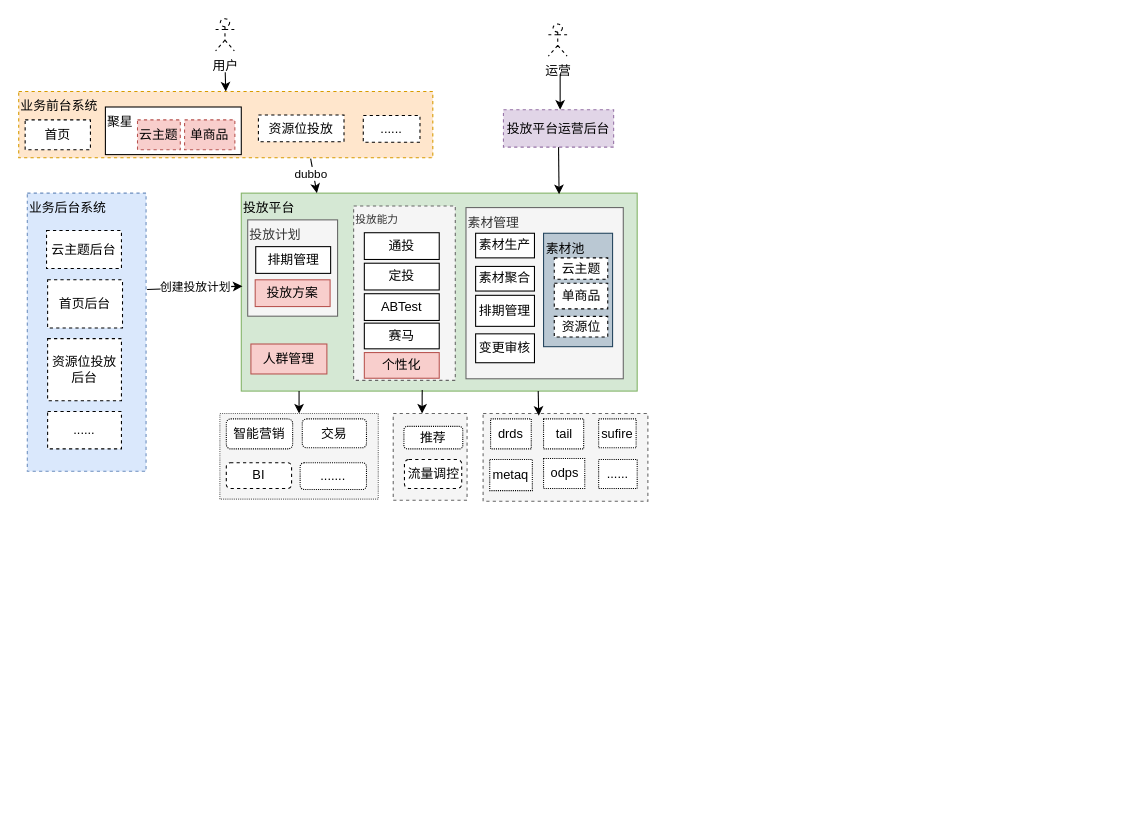
This is Untitled Diagram.drawio from zengnm/diagrams, a draw.io file, before an edit. Source tidied: cells renumbered, new cells numbered last; positions are measured from the earlier drawing's top-left corner, leaving out a move shared by most shapes. Both pictures are drawn from the tidied source at 107%, with x=0, y=0 at pixel (18, 18).
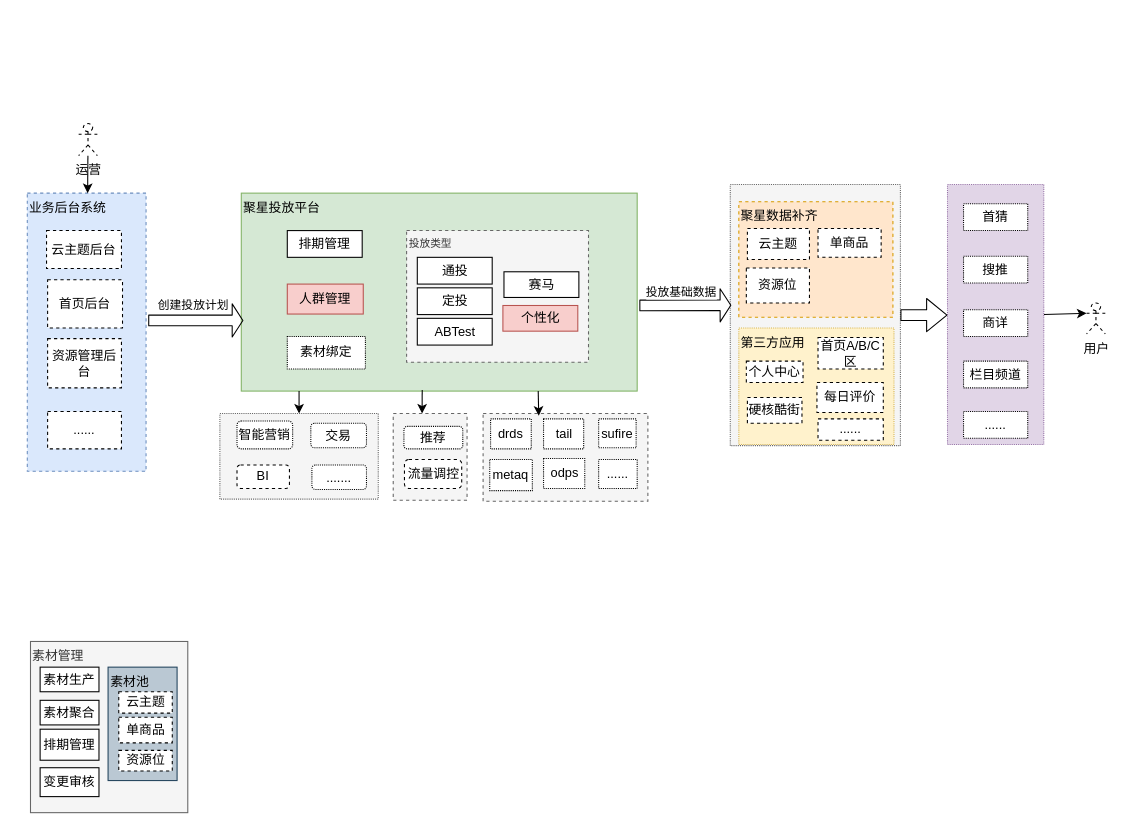
Above is the later version.

Unchanged cells that the change refers to:
```xml
<mxCell id="31" value="业务后台系统" style="rounded=0;whiteSpace=wrap;html=1;dashed=1;fillColor=#dae8fc;align=left;strokeColor=#6c8ebf;verticalAlign=top;" parent="1" vertex="1">
  <mxGeometry x="8" y="163" width="111" height="260" as="geometry" />
</mxCell>
```

Diff of the diagram source:
```diff
@@
+    <mxCell id="61" style="rounded=0;whiteSpace=wrap;html=1;dashed=1;dashPattern=1 1;fillColor=#f5f5f5;strokeColor=#666666;fontColor=#333333;" parent="1" vertex="1">
+      <mxGeometry x="665" y="155" width="159" height="244" as="geometry" />
+    </mxCell>
+    <mxCell id="62" value="第三方应用" style="rounded=0;whiteSpace=wrap;html=1;dashed=1;dashPattern=1 1;fillColor=#fff2cc;strokeColor=#d6b656;verticalAlign=top;align=left;" parent="1" vertex="1">
+      <mxGeometry x="673" y="289" width="145" height="109" as="geometry" />
+    </mxCell>
@@
     <mxCell id="4" value="智能营销" style="rounded=1;whiteSpace=wrap;html=1;dashed=1;dashPattern=1 1;" parent="1" vertex="1">
-      <mxGeometry x="194" y="374" width="62" height="28" as="geometry" />
+      <mxGeometry x="204" y="376" width="52" height="26" as="geometry" />
     </mxCell>
     <mxCell id="5" value="交易" style="rounded=1;whiteSpace=wrap;html=1;dashed=1;dashPattern=1 1;" parent="1" vertex="1">
-      <mxGeometry x="265" y="374" width="60" height="27" as="geometry" />
+      <mxGeometry x="273" y="378" width="52" height="23" as="geometry" />
     </mxCell>
@@
     <mxCell id="7" value="......." style="rounded=1;whiteSpace=wrap;html=1;dashed=1;dashPattern=1 1;" parent="1" vertex="1">
-      <mxGeometry x="263" y="415" width="62" height="25" as="geometry" />
+      <mxGeometry x="274" y="417" width="51" height="23" as="geometry" />
     </mxCell>
-    <mxCell id="8" value="投放平台" style="rounded=0;whiteSpace=wrap;html=1;align=left;horizontal=1;verticalAlign=top;fillColor=#d5e8d4;strokeColor=#82b366;" parent="1" vertex="1">
+    <mxCell id="8" value="聚星投放平台" style="rounded=0;whiteSpace=wrap;html=1;align=left;horizontal=1;verticalAlign=top;fillColor=#d5e8d4;strokeColor=#82b366;" parent="1" vertex="1">
       <mxGeometry x="208" y="163" width="370" height="185" as="geometry" />
     </mxCell>
     <mxCell id="9" value="BI" style="rounded=1;whiteSpace=wrap;html=1;dashed=1;" parent="1" vertex="1">
-      <mxGeometry x="194" y="415" width="61" height="24" as="geometry" />
+      <mxGeometry x="204" y="417" width="49" height="22" as="geometry" />
     </mxCell>
-    <mxCell id="10" value="业务前台系统" style="rounded=0;whiteSpace=wrap;html=1;dashed=1;fillColor=#ffe6cc;strokeColor=#d79b00;verticalAlign=top;align=left;" parent="1" vertex="1">
-      <mxGeometry y="68" width="387" height="62" as="geometry" />
+    <mxCell id="10" value="聚星数据补齐" style="rounded=0;whiteSpace=wrap;html=1;dashed=1;fillColor=#ffe6cc;strokeColor=#d79b00;verticalAlign=top;align=left;" parent="1" vertex="1">
+      <mxGeometry x="673" y="171" width="144" height="108" as="geometry" />
     </mxCell>
     <mxCell id="11" value="人群管理" style="rounded=0;whiteSpace=wrap;html=1;fillColor=#f8cecc;strokeColor=#b85450;" parent="1" vertex="1">
-      <mxGeometry x="217" y="304" width="71" height="28" as="geometry" />
+      <mxGeometry x="251" y="248" width="71" height="28" as="geometry" />
     </mxCell>
-    <mxCell id="12" value="投放计划" style="rounded=0;whiteSpace=wrap;html=1;fillColor=#f5f5f5;strokeColor=#666666;verticalAlign=top;align=left;fontColor=#333333;" parent="1" vertex="1">
-      <mxGeometry x="214" y="188" width="84" height="90" as="geometry" />
-    </mxCell>
-    <mxCell id="13" value="&lt;div&gt;&lt;span&gt;&lt;sup&gt;投放能力&lt;/sup&gt;&lt;/span&gt;&lt;/div&gt;" style="rounded=0;whiteSpace=wrap;html=1;dashed=1;align=left;horizontal=1;verticalAlign=top;fillColor=#f5f5f5;strokeColor=#666666;fontColor=#333333;" parent="1" vertex="1">
-      <mxGeometry x="313" y="175" width="95" height="163" as="geometry" />
+    <mxCell id="13" value="&lt;div&gt;&lt;span&gt;&lt;sup&gt;投放类型&lt;/sup&gt;&lt;/span&gt;&lt;/div&gt;" style="rounded=0;whiteSpace=wrap;html=1;dashed=1;align=left;horizontal=1;verticalAlign=top;fillColor=#f5f5f5;strokeColor=#666666;fontColor=#333333;" parent="1" vertex="1">
+      <mxGeometry x="362.5" y="198" width="170" height="123" as="geometry" />
     </mxCell>
     <mxCell id="14" value="通投" style="rounded=0;whiteSpace=wrap;html=1;" parent="1" vertex="1">
-      <mxGeometry x="323" y="200" width="70" height="25" as="geometry" />
+      <mxGeometry x="372.5" y="223" width="70" height="25" as="geometry" />
     </mxCell>
     <mxCell id="15" value="定投" style="rounded=0;whiteSpace=wrap;html=1;" parent="1" vertex="1">
-      <mxGeometry x="323" y="228.5" width="70" height="25" as="geometry" />
+      <mxGeometry x="372.5" y="251.5" width="70" height="25" as="geometry" />
     </mxCell>
     <mxCell id="16" value="ABTest" style="rounded=0;whiteSpace=wrap;html=1;" parent="1" vertex="1">
-      <mxGeometry x="323" y="257" width="70" height="25" as="geometry" />
+      <mxGeometry x="372.5" y="280" width="70" height="25" as="geometry" />
     </mxCell>
     <mxCell id="17" value="赛马" style="rounded=0;whiteSpace=wrap;html=1;" parent="1" vertex="1">
-      <mxGeometry x="323" y="284.5" width="70" height="24" as="geometry" />
+      <mxGeometry x="453.5" y="236.5" width="70" height="24" as="geometry" />
     </mxCell>
     <mxCell id="18" value="素材管理" style="rounded=0;whiteSpace=wrap;html=1;fillColor=#f5f5f5;strokeColor=#666666;fontColor=#333333;align=left;horizontal=1;verticalAlign=top;" parent="1" vertex="1">
-      <mxGeometry x="418" y="176.5" width="147" height="160" as="geometry" />
+      <mxGeometry x="11" y="582" width="147" height="160" as="geometry" />
     </mxCell>
     <mxCell id="19" value="素材生产" style="rounded=0;whiteSpace=wrap;html=1;" parent="1" vertex="1">
-      <mxGeometry x="427" y="200.5" width="55" height="23" as="geometry" />
+      <mxGeometry x="20" y="606" width="55" height="23" as="geometry" />
     </mxCell>
     <mxCell id="20" value="素材聚合" style="rounded=0;whiteSpace=wrap;html=1;" parent="1" vertex="1">
-      <mxGeometry x="427" y="231.5" width="55" height="23" as="geometry" />
+      <mxGeometry x="20" y="637" width="55" height="23" as="geometry" />
     </mxCell>
     <mxCell id="21" value="排期管理" style="rounded=0;whiteSpace=wrap;html=1;" parent="1" vertex="1">
-      <mxGeometry x="427" y="258.5" width="55" height="29" as="geometry" />
+      <mxGeometry x="20" y="664" width="55" height="29" as="geometry" />
     </mxCell>
-    <mxCell id="22" value="资源位投放" style="rounded=0;whiteSpace=wrap;html=1;dashed=1;" parent="1" vertex="1">
-      <mxGeometry x="224" y="90" width="80" height="25" as="geometry" />
+    <mxCell id="22" value="资源位" style="rounded=0;whiteSpace=wrap;html=1;dashed=1;" parent="1" vertex="1">
+      <mxGeometry x="680" y="233" width="59" height="32.6" as="geometry" />
     </mxCell>
-    <mxCell id="23" value="投放平台运营后台" style="rounded=0;whiteSpace=wrap;html=1;dashed=1;fillColor=#e1d5e7;strokeColor=#9673a6;" parent="1" vertex="1">
-      <mxGeometry x="453" y="85" width="103" height="35" as="geometry" />
-    </mxCell>
     <mxCell id="24" value="运营" style="shape=umlActor;verticalLabelPosition=bottom;verticalAlign=top;html=1;outlineConnect=0;dashed=1;" parent="1" vertex="1">
-      <mxGeometry x="495" y="5" width="17.5" height="30" as="geometry" />
+      <mxGeometry x="56" y="98" width="17.5" height="30" as="geometry" />
     </mxCell>
     <mxCell id="25" value="用户" style="shape=umlActor;verticalLabelPosition=bottom;verticalAlign=top;html=1;outlineConnect=0;dashed=1;" parent="1" vertex="1">
-      <mxGeometry x="184" width="17.5" height="30" as="geometry" />
+      <mxGeometry x="998" y="265.6" width="17.5" height="29" as="geometry" />
     </mxCell>
-    <mxCell id="26" style="endArrow=classic;html=1;entryX=0.5;entryY=0;entryDx=0;entryDy=0;" parent="1" edge="1" target="10">
-      <mxGeometry relative="1" as="geometry">
-        <mxPoint x="193" y="50" as="sourcePoint" />
-      </mxGeometry>
-    </mxCell>
-    <mxCell id="27" style="endArrow=classic;html=1;" parent="1" edge="1">
-      <mxGeometry relative="1" as="geometry">
-        <mxPoint x="506" y="52" as="sourcePoint" />
-        <mxPoint x="506" y="85" as="targetPoint" />
-      </mxGeometry>
-    </mxCell>
-    <mxCell id="28" style="endArrow=classic;html=1;exitX=0.705;exitY=1.013;exitDx=0;exitDy=0;entryX=0.191;entryY=0;entryDx=0;entryDy=0;exitPerimeter=0;entryPerimeter=0;" parent="1" edge="1" source="10" target="8">
-      <mxGeometry relative="1" as="geometry" />
-    </mxCell>
-    <mxCell id="29" value="dubbo" style="edgeLabel;html=1;align=center;verticalAlign=middle;" parent="28" vertex="1">
-      <mxGeometry x="-0.23" y="-3" relative="1" as="geometry" />
-    </mxCell>
-    <mxCell id="30" style="endArrow=classic;html=1;exitX=0.5;exitY=1;exitDx=0;exitDy=0;" parent="1" edge="1" source="23">
-      <mxGeometry relative="1" as="geometry">
-        <mxPoint x="505" y="164" as="targetPoint" />
-      </mxGeometry>
-    </mxCell>
@@
-    <mxCell id="34" value="创建投放计划" style="endArrow=classic;html=1;entryX=0.003;entryY=0.47;entryDx=0;entryDy=0;entryPerimeter=0;" parent="1" edge="1" target="8">
-      <mxGeometry relative="1" as="geometry">
-        <mxPoint x="120" y="253" as="sourcePoint" />
-      </mxGeometry>
-    </mxCell>
@@
-    <mxCell id="38" value="首页" style="rounded=0;whiteSpace=wrap;html=1;dashed=1;" parent="1" vertex="1">
-      <mxGeometry x="6" y="94.5" width="61" height="28" as="geometry" />
-    </mxCell>
-    <mxCell id="39" value="......" style="rounded=0;whiteSpace=wrap;html=1;dashed=1;" parent="1" vertex="1">
-      <mxGeometry x="322" y="90.5" width="53" height="25" as="geometry" />
+    <mxCell id="39" value="个人中心" style="rounded=0;whiteSpace=wrap;html=1;dashed=1;" parent="1" vertex="1">
+      <mxGeometry x="680" y="320" width="53" height="20" as="geometry" />
     </mxCell>
-    <mxCell id="40" value="资源位投放后台" style="rounded=0;whiteSpace=wrap;html=1;dashed=1;align=center;" parent="1" vertex="1">
-      <mxGeometry x="27" y="299" width="69" height="58" as="geometry" />
+    <mxCell id="40" value="资源管理后台" style="rounded=0;whiteSpace=wrap;html=1;dashed=1;align=center;" parent="1" vertex="1">
+      <mxGeometry x="27" y="299" width="69" height="46" as="geometry" />
     </mxCell>
     <mxCell id="41" value="个性化" style="rounded=0;whiteSpace=wrap;html=1;fillColor=#f8cecc;strokeColor=#b85450;" parent="1" vertex="1">
-      <mxGeometry x="323" y="312" width="70" height="24" as="geometry" />
+      <mxGeometry x="452.5" y="268" width="70" height="24" as="geometry" />
     </mxCell>
     <mxCell id="42" value="变更审核" style="rounded=0;whiteSpace=wrap;html=1;" parent="1" vertex="1">
-      <mxGeometry x="427" y="294.5" width="55" height="27" as="geometry" />
+      <mxGeometry x="20" y="700" width="55" height="27" as="geometry" />
     </mxCell>
-    <mxCell id="43" value="排期管理" style="rounded=0;whiteSpace=wrap;html=1;" parent="1" vertex="1">
-      <mxGeometry x="221.5" y="213" width="70" height="25" as="geometry" />
-    </mxCell>
-    <mxCell id="44" value="投放方案" style="rounded=0;whiteSpace=wrap;html=1;fillColor=#f8cecc;strokeColor=#b85450;" parent="1" vertex="1">
-      <mxGeometry x="221" y="244" width="70" height="25" as="geometry" />
-    </mxCell>
     <mxCell id="45" value="素材池" style="rounded=0;whiteSpace=wrap;html=1;align=left;verticalAlign=top;fillColor=#bac8d3;strokeColor=#23445d;" parent="1" vertex="1">
-      <mxGeometry x="490.5" y="200.5" width="64.5" height="106" as="geometry" />
+      <mxGeometry x="83.5" y="606" width="64.5" height="106" as="geometry" />
     </mxCell>
-    <mxCell id="46" value="聚星" style="rounded=0;whiteSpace=wrap;html=1;align=left;verticalAlign=top;" parent="1" vertex="1">
-      <mxGeometry x="81" y="82.5" width="127" height="44.5" as="geometry" />
-    </mxCell>
-    <mxCell id="47" value="云主题" style="rounded=0;whiteSpace=wrap;html=1;dashed=1;fillColor=#f8cecc;strokeColor=#b85450;" parent="1" vertex="1">
-      <mxGeometry x="111" y="94.5" width="40" height="28" as="geometry" />
+    <mxCell id="47" value="云主题" style="rounded=0;whiteSpace=wrap;html=1;dashed=1;" parent="1" vertex="1">
+      <mxGeometry x="681" y="196" width="58" height="29" as="geometry" />
     </mxCell>
-    <mxCell id="48" value="单商品" style="rounded=0;whiteSpace=wrap;html=1;dashed=1;fillColor=#f8cecc;strokeColor=#b85450;" parent="1" vertex="1">
-      <mxGeometry x="155" y="94.5" width="47" height="28" as="geometry" />
+    <mxCell id="48" value="单商品" style="rounded=0;whiteSpace=wrap;html=1;dashed=1;" parent="1" vertex="1">
+      <mxGeometry x="747" y="196" width="59" height="27" as="geometry" />
     </mxCell>
     <mxCell id="49" value="云主题" style="rounded=0;whiteSpace=wrap;html=1;dashed=1;align=center;" parent="1" vertex="1">
-      <mxGeometry x="500.5" y="223.5" width="50" height="20" as="geometry" />
+      <mxGeometry x="93.5" y="629" width="50" height="20" as="geometry" />
     </mxCell>
     <mxCell id="50" value="单商品" style="rounded=0;whiteSpace=wrap;html=1;dashed=1;align=center;" parent="1" vertex="1">
-      <mxGeometry x="500.5" y="247.2" width="50" height="24" as="geometry" />
+      <mxGeometry x="93.5" y="652.8" width="50" height="24" as="geometry" />
     </mxCell>
     <mxCell id="51" value="资源位" style="rounded=0;whiteSpace=wrap;html=1;dashed=1;align=center;" parent="1" vertex="1">
-      <mxGeometry x="500.5" y="278.2" width="50" height="19.2" as="geometry" />
+      <mxGeometry x="93.5" y="683.8" width="50" height="19.2" as="geometry" />
     </mxCell>
@@
+    <mxCell id="43" value="排期管理" style="rounded=0;whiteSpace=wrap;html=1;" parent="1" vertex="1">
+      <mxGeometry x="251" y="198" width="70" height="25" as="geometry" />
+    </mxCell>
+    <mxCell id="63" value="素材绑定" style="rounded=0;whiteSpace=wrap;html=1;dashed=1;dashPattern=1 1;" parent="1" vertex="1">
+      <mxGeometry x="251" y="297" width="73" height="30.4" as="geometry" />
+    </mxCell>
+    <mxCell id="64" style="endArrow=classic;html=1;shape=flexArrow;endSize=3;startSize=3;" parent="1" edge="1">
+      <mxGeometry relative="1" as="geometry">
+        <mxPoint x="121" y="282" as="sourcePoint" />
+        <mxPoint x="210" y="282" as="targetPoint" />
+      </mxGeometry>
+    </mxCell>
+    <mxCell id="34" value="创建投放计划" style="edgeLabel;html=1;align=center;verticalAlign=middle;" parent="64" vertex="1">
+      <mxGeometry x="-0.14" y="2" relative="1" as="geometry">
+        <mxPoint x="3" y="-12.1" as="offset" />
+      </mxGeometry>
+    </mxCell>
+    <mxCell id="65" style="endArrow=classic;html=1;shape=flexArrow;endSize=3;startSize=3;endWidth=20;entryX=0.006;entryY=0.401;entryDx=0;entryDy=0;entryPerimeter=0;" parent="1" edge="1">
+      <mxGeometry relative="1" as="geometry">
+        <mxPoint x="580" y="268" as="sourcePoint" />
+        <mxPoint x="666" y="267.8" as="targetPoint" />
+      </mxGeometry>
+    </mxCell>
+    <mxCell id="66" value="投放基础数据" style="edgeLabel;html=1;align=center;verticalAlign=middle;" parent="65" vertex="1">
+      <mxGeometry x="-0.14" y="2" relative="1" as="geometry">
+        <mxPoint x="2" y="-10.4" as="offset" />
+      </mxGeometry>
+    </mxCell>
+    <mxCell id="67" style="endArrow=classic;html=1;" parent="1" edge="1" source="24" target="31">
+      <mxGeometry relative="1" as="geometry" />
+    </mxCell>
+    <mxCell id="38" value="首页A/B/C区" style="rounded=0;whiteSpace=wrap;html=1;dashed=1;" parent="1" vertex="1">
+      <mxGeometry x="747" y="298" width="61" height="29.4" as="geometry" />
+    </mxCell>
+    <mxCell id="68" value="硬核酷街" style="rounded=0;whiteSpace=wrap;html=1;dashed=1;" parent="1" vertex="1">
+      <mxGeometry x="681" y="354" width="51" height="24" as="geometry" />
+    </mxCell>
+    <mxCell id="69" style="endArrow=classic;html=1;exitX=1;exitY=0.5;exitDx=0;exitDy=0;entryX=0;entryY=0.3333333333333333;entryDx=0;entryDy=0;entryPerimeter=0;" parent="1" edge="1" source="72" target="25">
+      <mxGeometry relative="1" as="geometry" />
+    </mxCell>
+    <mxCell id="70" value="每日评价" style="rounded=0;whiteSpace=wrap;html=1;dashed=1;" parent="1" vertex="1">
+      <mxGeometry x="746" y="340" width="62" height="28" as="geometry" />
+    </mxCell>
+    <mxCell id="71" value="......" style="rounded=0;whiteSpace=wrap;html=1;dashed=1;" parent="1" vertex="1">
+      <mxGeometry x="747" y="374" width="61" height="20" as="geometry" />
+    </mxCell>
+    <mxCell id="72" style="rounded=0;whiteSpace=wrap;html=1;dashed=1;dashPattern=1 1;fillColor=#e1d5e7;strokeColor=#9673a6;" parent="1" vertex="1">
+      <mxGeometry x="868" y="155" width="90" height="243" as="geometry" />
+    </mxCell>
+    <mxCell id="73" value="首猜" style="rounded=0;whiteSpace=wrap;html=1;dashed=1;dashPattern=1 1;" parent="1" vertex="1">
+      <mxGeometry x="883" y="173" width="60" height="25" as="geometry" />
+    </mxCell>
+    <mxCell id="74" value="搜推" style="rounded=0;whiteSpace=wrap;html=1;dashed=1;dashPattern=1 1;" parent="1" vertex="1">
+      <mxGeometry x="883" y="222" width="60" height="25" as="geometry" />
+    </mxCell>
+    <mxCell id="75" value="商详" style="rounded=0;whiteSpace=wrap;html=1;dashed=1;dashPattern=1 1;" parent="1" vertex="1">
+      <mxGeometry x="883" y="272" width="60" height="25" as="geometry" />
+    </mxCell>
+    <mxCell id="76" value="栏目频道" style="rounded=0;whiteSpace=wrap;html=1;dashed=1;dashPattern=1 1;" parent="1" vertex="1">
+      <mxGeometry x="883" y="320" width="60" height="25" as="geometry" />
+    </mxCell>
+    <mxCell id="77" value="......" style="rounded=0;whiteSpace=wrap;html=1;dashed=1;dashPattern=1 1;" parent="1" vertex="1">
+      <mxGeometry x="883" y="367" width="60" height="25" as="geometry" />
+    </mxCell>
+    <mxCell id="78" style="shape=flexArrow;endArrow=classic;html=1;exitX=1;exitY=0.5;exitDx=0;exitDy=0;" parent="1" edge="1" source="61">
+      <mxGeometry relative="1" as="geometry">
+        <mxPoint x="868" y="277" as="targetPoint" />
+      </mxGeometry>
+    </mxCell>
```
